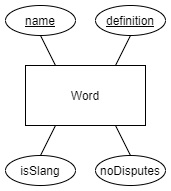
Before: MySQL/ERD.png, a diagram exported from draw.io (A-Benlolo/Zoomer2Boomer). Source tidied: cells renumbered, new cells last; positions are measured from the earlier drawing's top-left corner, leaving out a move shared by most shapes. The source it was exported from:
```xml
<mxGraphModel>
  <root>
    <mxCell id="0" />
    <mxCell id="1" parent="0" />
    <mxCell id="2" style="rounded=0;jettySize=auto;html=1;exitX=0.75;exitY=0;exitDx=0;exitDy=0;entryX=0.5;entryY=1;entryDx=0;entryDy=0;endArrow=none;endFill=0;" parent="1" edge="1" source="5" target="7">
      <mxGeometry relative="1" as="geometry" />
    </mxCell>
    <mxCell id="3" style="edgeStyle=none;rounded=0;jettySize=auto;html=1;exitX=0.25;exitY=0;exitDx=0;exitDy=0;entryX=0.5;entryY=1;entryDx=0;entryDy=0;endArrow=none;endFill=0;" parent="1" edge="1" source="5" target="6">
      <mxGeometry relative="1" as="geometry" />
    </mxCell>
    <mxCell id="4" style="edgeStyle=none;rounded=0;jettySize=auto;html=1;exitX=0.75;exitY=1;exitDx=0;exitDy=0;entryX=0.5;entryY=0;entryDx=0;entryDy=0;endArrow=none;endFill=0;" parent="1" edge="1" source="5" target="10">
      <mxGeometry relative="1" as="geometry" />
    </mxCell>
    <mxCell id="5" value="Word" style="rounded=0;whiteSpace=wrap;html=1;" parent="1" vertex="1">
      <mxGeometry x="20" y="60" width="120" height="60" as="geometry" />
    </mxCell>
    <mxCell id="6" value="&lt;u&gt;name&lt;/u&gt;" style="ellipse;whiteSpace=wrap;html=1;" parent="1" vertex="1">
      <mxGeometry width="70" height="30" as="geometry" />
    </mxCell>
    <mxCell id="7" value="&lt;u&gt;definition&lt;/u&gt;" style="ellipse;whiteSpace=wrap;html=1;" parent="1" vertex="1">
      <mxGeometry x="90" width="70" height="30" as="geometry" />
    </mxCell>
    <mxCell id="8" style="edgeStyle=none;rounded=0;jettySize=auto;html=1;exitX=0.5;exitY=0;exitDx=0;exitDy=0;entryX=0.25;entryY=1;entryDx=0;entryDy=0;endArrow=none;endFill=0;" parent="1" edge="1" source="9" target="5">
      <mxGeometry relative="1" as="geometry" />
    </mxCell>
    <mxCell id="9" value="isSlang" style="ellipse;whiteSpace=wrap;html=1;" parent="1" vertex="1">
      <mxGeometry y="150" width="70" height="30" as="geometry" />
    </mxCell>
    <mxCell id="10" value="noDisputes" style="ellipse;whiteSpace=wrap;html=1;" parent="1" vertex="1">
      <mxGeometry x="90" y="150" width="70" height="30" as="geometry" />
    </mxCell>
  </root>
</mxGraphModel>
```
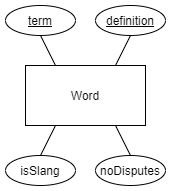
The same file after the commit.

Commit message:
Corrected ERD: name --> term

Change to the diagram source:
```diff
@@ -14,7 +14,7 @@
     <mxCell id="5" value="Word" style="rounded=0;whiteSpace=wrap;html=1;" parent="1" vertex="1">
       <mxGeometry x="20" y="60" width="120" height="60" as="geometry" />
     </mxCell>
-    <mxCell id="6" value="&lt;u&gt;name&lt;/u&gt;" style="ellipse;whiteSpace=wrap;html=1;" parent="1" vertex="1">
+    <mxCell id="6" value="&lt;u&gt;term&lt;/u&gt;" style="ellipse;whiteSpace=wrap;html=1;" parent="1" vertex="1">
       <mxGeometry width="70" height="30" as="geometry" />
     </mxCell>
     <mxCell id="7" value="&lt;u&gt;definition&lt;/u&gt;" style="ellipse;whiteSpace=wrap;html=1;" parent="1" vertex="1">
```
